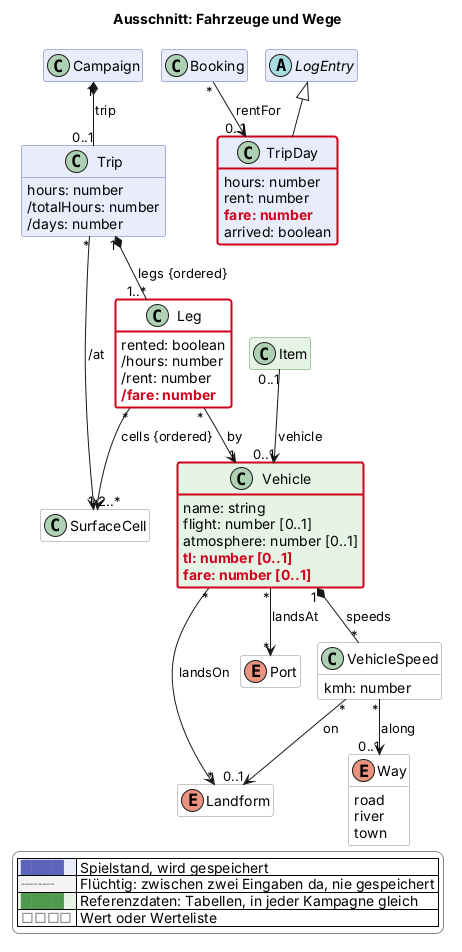
Earlier version of the PlantUML export docs/views/logistik.png (scuzzar/SRE).
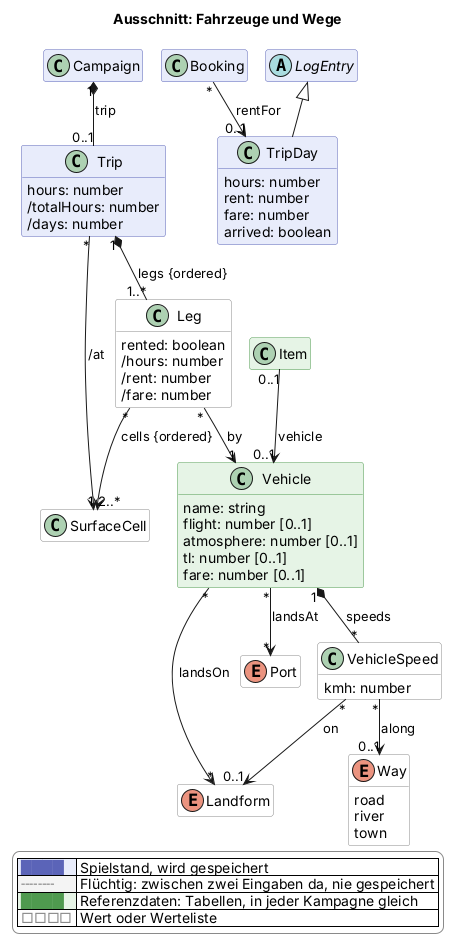
The same diagram one commit later.

Change to the diagram source:
```diff
@@ -83,8 +83,8 @@
     name: string
     flight: number [0..1]
     atmosphere: number [0..1]
-    $new("2026-11-15c", "tl: number [0..1]")
-    $new("2026-11-15c", "fare: number [0..1]")
+    tl: number [0..1]
+    fare: number [0..1]
   }
   class VehicleSpeed <<value>> $logistik {
     kmh: number
@@ -98,12 +98,12 @@
     rented: boolean
     /hours: number
     /rent: number
-    $new("2026-11-15c", "/fare: number")
+    /fare: number
   }
   class TripDay $logistik {
     hours: number
     rent: number
-    $new("2026-11-15c", "fare: number")
+    fare: number
     arrived: boolean
   }
   enum Way <<value>> $logistik {
@@ -144,7 +144,4 @@
   |<#e6f4e6> <color:#4f9a4f>████</color> | Referenzdaten: Tabellen, in jeder Kampagne gleich |
   |<#ffffff> <color:#8a8a8a>□□□□</color> | Wert oder Werteliste |
 endlegend
-class Vehicle #line:d0021b;line.bold
-class Leg #line:d0021b;line.bold
-class TripDay #line:d0021b;line.bold
 @enduml
```
